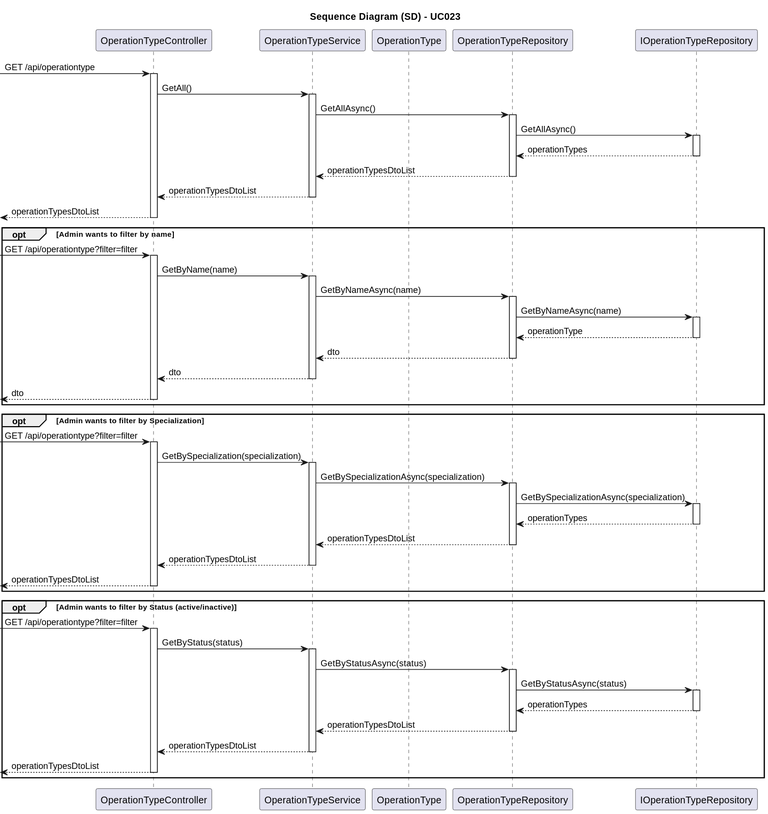
Above: docs/SprintA/UseCases/UC023/03.design/svg/uc023-sequence-diagram.svg in 1221124/sem5pi-24-25-g031 (PlantUML), before the change. Its diagram source:
```plantuml
@startuml
skinparam packageStyle rectangle
skinparam shadowing false
skinparam linetype polyline
skinparam classAttributeIconSize 0

title Sequence Diagram (SD) - UC023

participant "OperationTypeController" as Controller
participant "OperationTypeService" as Service
participant "OperationType" as Domain
participant "OperationTypeRepository" as Repository
participant "IOperationTypeRepository" as IRepo

-> Controller: GET /api/operationtype

activate Controller

    Controller -> Service: GetAll()

    activate Service

        Service -> Repository: GetAllAsync()

        activate Repository

            Repository -> IRepo: GetAllAsync()

            activate IRepo

                IRepo --> Repository: operationTypes

            deactivate IRepo

            Repository --> Service: operationTypesDtoList

        deactivate Repository

        Service --> Controller: operationTypesDtoList

    deactivate Service

    <-- Controller: operationTypesDtoList

deactivate Controller

opt Admin wants to filter by name

    -> Controller: GET /api/operationtype?filter=filter

    activate Controller

        Controller -> Service: GetByName(name)

        activate Service

            Service -> Repository: GetByNameAsync(name)

            activate Repository

                Repository -> IRepo: GetByNameAsync(name)

                activate IRepo

                    IRepo --> Repository: operationType

                deactivate IRepo

                Repository --> Service: dto

            deactivate Repository

            Service --> Controller: dto

        deactivate Service

        <-- Controller: dto

    deactivate Controller

end

opt Admin wants to filter by Specialization

    -> Controller: GET /api/operationtype?filter=filter

    activate Controller

        Controller -> Service: GetBySpecialization(specialization)

        activate Service

            Service -> Repository: GetBySpecializationAsync(specialization)

            activate Repository

                Repository -> IRepo: GetBySpecializationAsync(specialization)

                activate IRepo

                    IRepo --> Repository: operationTypes

                deactivate IRepo

                Repository --> Service: operationTypesDtoList

            deactivate Repository

            Service --> Controller: operationTypesDtoList

        deactivate Service

        <-- Controller: operationTypesDtoList

    deactivate Controller

end

opt Admin wants to filter by Status (active/inactive)

    -> Controller: GET /api/operationtype?filter=filter

    activate Controller

        Controller -> Service: GetByStatus(status)

        activate Service

            Service -> Repository: GetByStatusAsync(status)

            activate Repository

                Repository -> IRepo: GetByStatusAsync(status)

                activate IRepo

                    IRepo --> Repository: operationTypes

                deactivate IRepo

                Repository --> Service: operationTypesDtoList

            deactivate Repository

            Service --> Controller: operationTypesDtoList

        deactivate Service

        <-- Controller: operationTypesDtoList

    deactivate Controller

end
@enduml
```
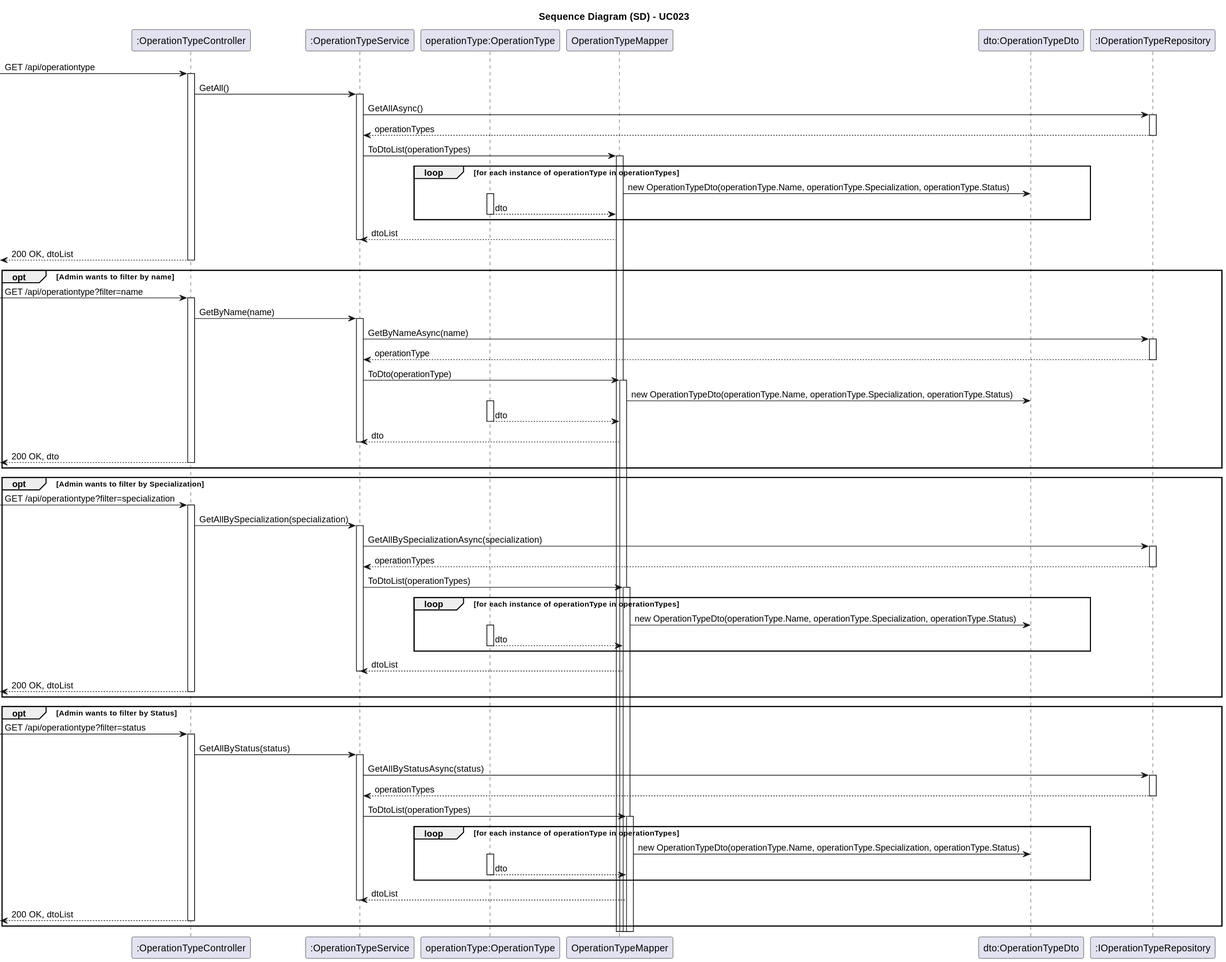
The same file after the commit.

Diff of the diagram source:
```diff
@@ -6,11 +6,12 @@
 
 title Sequence Diagram (SD) - UC023
 
-participant "OperationTypeController" as Controller
-participant "OperationTypeService" as Service
-participant "OperationType" as Domain
-participant "OperationTypeRepository" as Repository
-participant "IOperationTypeRepository" as IRepo
+participant ":OperationTypeController" as Controller
+participant ":OperationTypeService" as Service
+participant "operationType:OperationType" as Domain
+participant "OperationTypeMapper" as Mapper
+participant "dto:OperationTypeDto" as Dto
+participant ":IOperationTypeRepository" as IRepo
 
 -> Controller: GET /api/operationtype
 
@@ -20,33 +21,41 @@
 
     activate Service
 
-        Service -> Repository: GetAllAsync()
+        Service -> IRepo: GetAllAsync()
 
-        activate Repository
+        activate IRepo
 
-            Repository -> IRepo: GetAllAsync()
+            IRepo --> Service: operationTypes
 
-            activate IRepo
+        deactivate IRepo
 
-                IRepo --> Repository: operationTypes
+        Service -> Mapper: ToDtoList(operationTypes)
 
-            deactivate IRepo
+        activate Mapper
 
-            Repository --> Service: operationTypesDtoList
+            loop for each instance of operationType in operationTypes
 
-        deactivate Repository
+                Mapper -> Dto: new OperationTypeDto(operationType.Name, operationType.Specialization, operationType.Status)
 
-        Service --> Controller: operationTypesDtoList
+                activate Domain
+
+                    Domain --> Mapper: dto
+
+                deactivate Domain
+
+            end
+
+            Mapper --> Service: dtoList
 
     deactivate Service
 
-    <-- Controller: operationTypesDtoList
+    <-- Controller: 200 OK, dtoList
 
 deactivate Controller
 
 opt Admin wants to filter by name
 
-    -> Controller: GET /api/operationtype?filter=filter
+    -> Controller: GET /api/operationtype?filter=name
 
     activate Controller
 
@@ -54,101 +63,118 @@
 
         activate Service
 
-            Service -> Repository: GetByNameAsync(name)
+            Service -> IRepo: GetByNameAsync(name)
 
-            activate Repository
+            activate IRepo
 
-                Repository -> IRepo: GetByNameAsync(name)
+                IRepo --> Service: operationType
 
-                activate IRepo
+            deactivate IRepo
 
-                    IRepo --> Repository: operationType
+            Service -> Mapper: ToDto(operationType)
 
-                deactivate IRepo
+            activate Mapper
 
-                Repository --> Service: dto
+                Mapper -> Dto: new OperationTypeDto(operationType.Name, operationType.Specialization, operationType.Status)
 
-            deactivate Repository
+                activate Domain
 
-            Service --> Controller: dto
+                    Domain --> Mapper: dto
+
+                deactivate Domain
+
+                Mapper --> Service: dto
 
         deactivate Service
 
-        <-- Controller: dto
+        <-- Controller: 200 OK, dto
 
     deactivate Controller
-
 end
 
 opt Admin wants to filter by Specialization
 
-    -> Controller: GET /api/operationtype?filter=filter
+    -> Controller: GET /api/operationtype?filter=specialization
 
     activate Controller
 
-        Controller -> Service: GetBySpecialization(specialization)
+        Controller -> Service: GetAllBySpecialization(specialization)
 
         activate Service
 
-            Service -> Repository: GetBySpecializationAsync(specialization)
+            Service -> IRepo: GetAllBySpecializationAsync(specialization)
 
-            activate Repository
+            activate IRepo
 
-                Repository -> IRepo: GetBySpecializationAsync(specialization)
+                IRepo --> Service: operationTypes
 
-                activate IRepo
+            deactivate IRepo
 
-                    IRepo --> Repository: operationTypes
+            Service -> Mapper: ToDtoList(operationTypes)
 
-                deactivate IRepo
+            activate Mapper
 
-                Repository --> Service: operationTypesDtoList
+                loop for each instance of operationType in operationTypes
 
-            deactivate Repository
+                    Mapper -> Dto: new OperationTypeDto(operationType.Name, operationType.Specialization, operationType.Status)
 
-            Service --> Controller: operationTypesDtoList
+                    activate Domain
+
+                        Domain --> Mapper: dto
+
+                    deactivate Domain
+
+                end
+
+                Mapper --> Service: dtoList
 
         deactivate Service
 
-        <-- Controller: operationTypesDtoList
+        <-- Controller: 200 OK, dtoList
 
     deactivate Controller
-
 end
 
-opt Admin wants to filter by Status (active/inactive)
+opt Admin wants to filter by Status
 
-    -> Controller: GET /api/operationtype?filter=filter
+    -> Controller: GET /api/operationtype?filter=status
 
     activate Controller
 
-        Controller -> Service: GetByStatus(status)
+        Controller -> Service: GetAllByStatus(status)
 
         activate Service
 
-            Service -> Repository: GetByStatusAsync(status)
+            Service -> IRepo: GetAllByStatusAsync(status)
 
-            activate Repository
+            activate IRepo
 
-                Repository -> IRepo: GetByStatusAsync(status)
+                IRepo --> Service: operationTypes
 
-                activate IRepo
+            deactivate IRepo
 
-                    IRepo --> Repository: operationTypes
+            Service -> Mapper: ToDtoList(operationTypes)
 
-                deactivate IRepo
+            activate Mapper
 
-                Repository --> Service: operationTypesDtoList
+                loop for each instance of operationType in operationTypes
 
-            deactivate Repository
+                    Mapper -> Dto: new OperationTypeDto(operationType.Name, operationType.Specialization, operationType.Status)
 
-            Service --> Controller: operationTypesDtoList
+                    activate Domain
+
+                        Domain --> Mapper: dto
+
+                    deactivate Domain
+
+                end
+
+                Mapper --> Service: dtoList
 
         deactivate Service
 
-        <-- Controller: operationTypesDtoList
+        <-- Controller: 200 OK, dtoList
 
     deactivate Controller
-
 end
 @enduml
```
